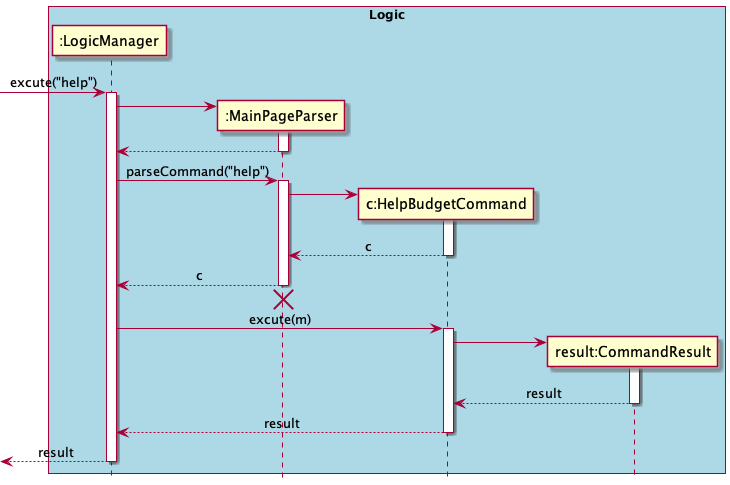
Earlier version of the PlantUML export docs/diagrams/commandsPlantUML/diagram/HelpCommand.png (yu-ming-chen/tp).
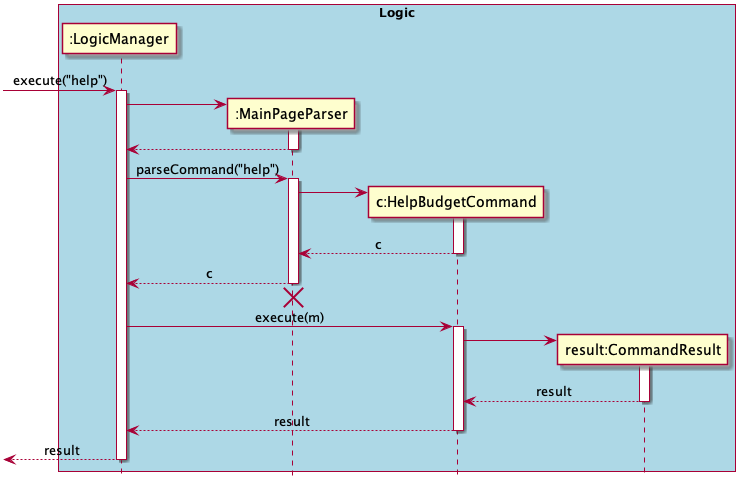
The same file after the commit.

The edit, as a diff of the source:
```diff
@@ -10,7 +10,7 @@
 participant "result:CommandResult" as CR
 end box
 
-[-> LM : excute("help")
+[-> LM : execute("help")
 activate LM
 create MPP
 LM -> MPP
@@ -32,7 +32,7 @@
 destroy MPP
 
 
-LM -> HBC: excute(m)
+LM -> HBC: execute(m)
 activate HBC
 
 create CR
```
